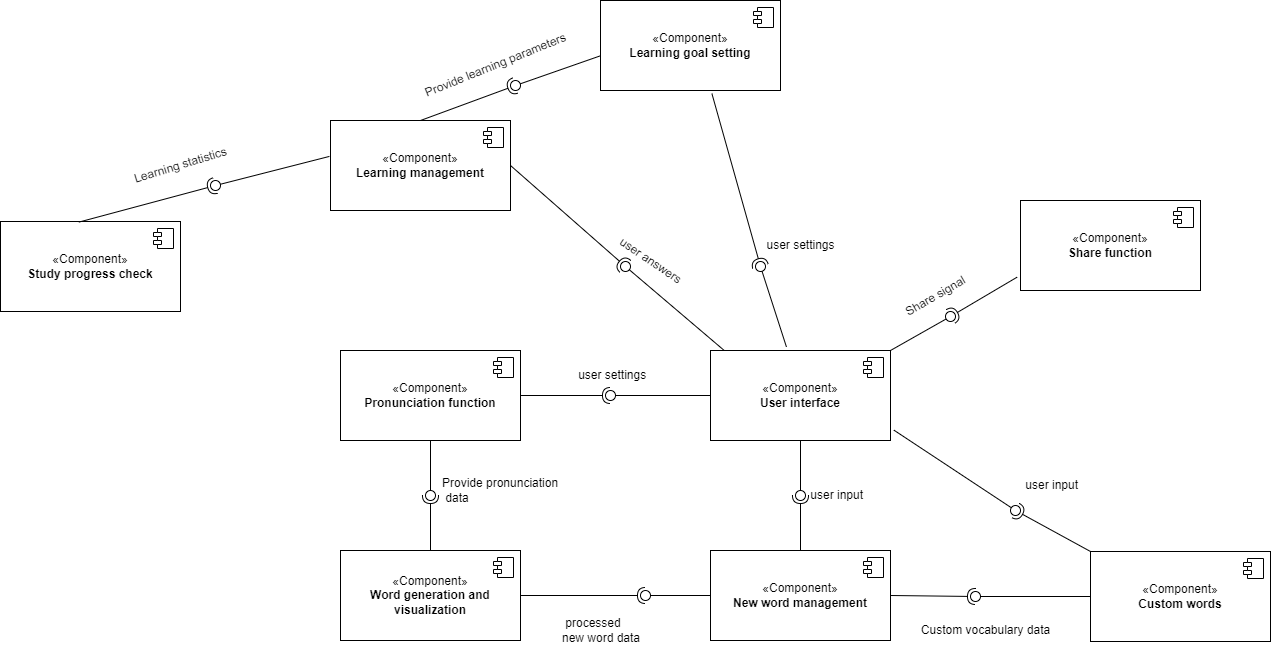
This is component.drawio.png from xiangxiang3451/blog_pictures, a draw.io export, as it was before one commit. Source tidied: cells renumbered, new cells last; positions are measured from the earlier drawing's top-left corner, leaving out a move shared by most shapes.
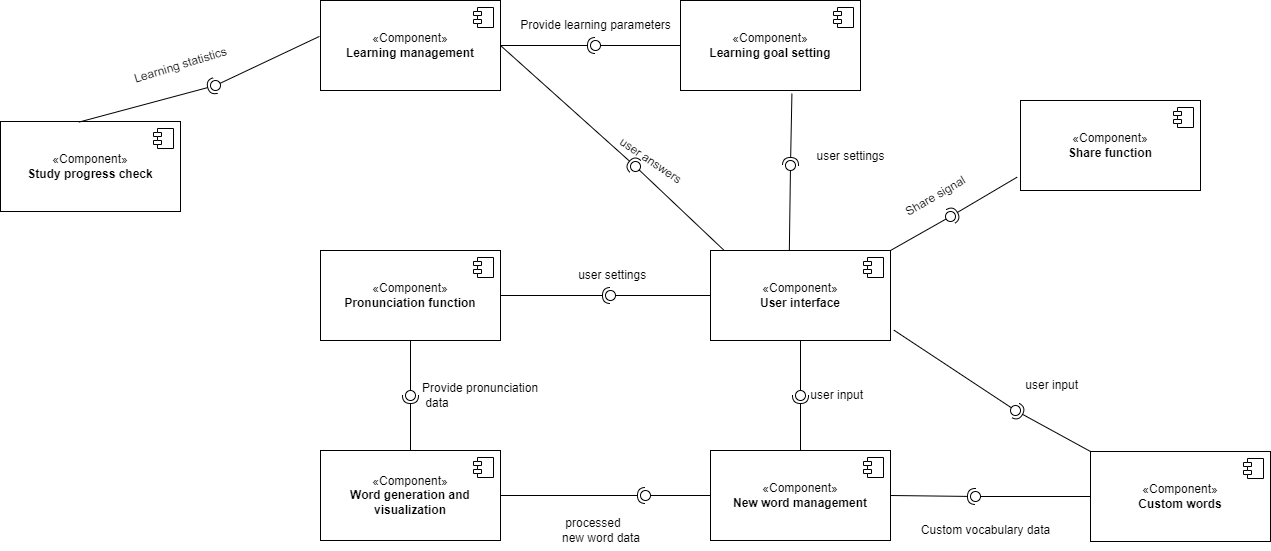
After the change.

Change to the diagram source:
```diff
@@ -39,7 +39,7 @@
       <mxGeometry x="805" y="480" width="80" height="30" as="geometry" />
     </mxCell>
     <mxCell id="12" value="«Component»&lt;br&gt;&lt;b&gt;Word generation and visualization&lt;/b&gt;" style="html=1;whiteSpace=wrap;" parent="1" vertex="1">
-      <mxGeometry x="340" y="550" width="180" height="90" as="geometry" />
+      <mxGeometry x="320" y="550" width="180" height="90" as="geometry" />
     </mxCell>
     <mxCell id="13" style="shape=module;jettyWidth=8;jettyHeight=4;" parent="12" vertex="1">
       <mxGeometry x="1" width="20" height="20" relative="1" as="geometry">
@@ -83,7 +83,7 @@
       <mxGeometry x="1020" y="470" width="80" height="30" as="geometry" />
     </mxCell>
     <mxCell id="26" value="«Component»&lt;br&gt;&lt;b&gt;Pronunciation function&lt;/b&gt;" style="html=1;whiteSpace=wrap;" parent="1" vertex="1">
-      <mxGeometry x="340" y="350" width="180" height="90" as="geometry" />
+      <mxGeometry x="320" y="350" width="180" height="90" as="geometry" />
     </mxCell>
     <mxCell id="27" style="shape=module;jettyWidth=8;jettyHeight=4;" parent="26" vertex="1">
       <mxGeometry x="1" width="20" height="20" relative="1" as="geometry">
@@ -109,13 +109,13 @@
       <mxGeometry relative="1" as="geometry" />
     </mxCell>
     <mxCell id="34" style="ellipse;whiteSpace=wrap;html=1;align=center;fillColor=none;strokeColor=none;perimeter=centerPerimeter;points=[];outlineConnect=1;" parent="1" vertex="1">
-      <mxGeometry x="425" y="490" width="10" height="10" as="geometry" />
+      <mxGeometry x="405" y="490" width="10" height="10" as="geometry" />
     </mxCell>
     <mxCell id="35" value="Provide pronunciation&lt;br&gt;&amp;nbsp;data" style="text;html=1;align=left;verticalAlign=middle;strokeColor=none;fillColor=none;" parent="1" vertex="1">
-      <mxGeometry x="440" y="470" width="140" height="40" as="geometry" />
+      <mxGeometry x="420" y="475" width="140" height="40" as="geometry" />
     </mxCell>
     <mxCell id="36" value="«Component»&lt;br&gt;&lt;b&gt;Learning management&lt;/b&gt;" style="html=1;whiteSpace=wrap;" parent="1" vertex="1">
-      <mxGeometry x="330" y="120" width="180" height="90" as="geometry" />
+      <mxGeometry x="320" y="100" width="180" height="90" as="geometry" />
     </mxCell>
     <mxCell id="37" style="shape=module;jettyWidth=8;jettyHeight=4;" parent="36" vertex="1">
       <mxGeometry x="1" width="20" height="20" relative="1" as="geometry">
@@ -129,42 +129,42 @@
       <mxGeometry relative="1" as="geometry" />
     </mxCell>
     <mxCell id="40" style="ellipse;whiteSpace=wrap;html=1;align=center;fillColor=none;strokeColor=none;perimeter=centerPerimeter;points=[];outlineConnect=1;" parent="1" vertex="1">
-      <mxGeometry x="620" y="261" width="10" height="10" as="geometry" />
+      <mxGeometry x="630" y="261" width="10" height="10" as="geometry" />
     </mxCell>
     <mxCell id="41" value="user answers" style="text;html=1;align=center;verticalAlign=middle;strokeColor=none;fillColor=none;spacingBottom=-1;rotation=34;" parent="1" vertex="1">
       <mxGeometry x="605" y="250" width="90" height="20" as="geometry" />
     </mxCell>
     <mxCell id="42" value="«Component»&lt;br&gt;&lt;b&gt;Learning goal setting&lt;/b&gt;" style="html=1;whiteSpace=wrap;" parent="1" vertex="1">
-      <mxGeometry x="600" width="180" height="90" as="geometry" />
+      <mxGeometry x="680" y="100" width="180" height="90" as="geometry" />
     </mxCell>
     <mxCell id="43" style="shape=module;jettyWidth=8;jettyHeight=4;" parent="42" vertex="1">
       <mxGeometry x="1" width="20" height="20" relative="1" as="geometry">
         <mxPoint x="-27" y="7" as="offset" />
       </mxGeometry>
     </mxCell>
-    <mxCell id="44" style="rounded=0;jettySize=auto;html=1;endArrow=halfCircle;endFill=0;endSize=6;strokeWidth=1;sketch=0;exitX=0.5;exitY=0;exitDx=0;exitDy=0;" parent="1" edge="1" source="36" target="46">
+    <mxCell id="44" style="rounded=0;jettySize=auto;html=1;endArrow=halfCircle;endFill=0;endSize=6;strokeWidth=1;sketch=0;exitX=1;exitY=0.5;exitDx=0;exitDy=0;" parent="1" edge="1" source="36" target="46">
       <mxGeometry relative="1" as="geometry" />
     </mxCell>
-    <mxCell id="45" style="rounded=0;jettySize=auto;html=1;endArrow=oval;endFill=0;sketch=0;sourcePerimeterSpacing=0;targetPerimeterSpacing=0;endSize=10;exitX=-0.004;exitY=0.617;exitDx=0;exitDy=0;exitPerimeter=0;" parent="1" edge="1" source="42" target="46">
+    <mxCell id="45" style="rounded=0;jettySize=auto;html=1;endArrow=oval;endFill=0;sketch=0;sourcePerimeterSpacing=0;targetPerimeterSpacing=0;endSize=10;exitX=0;exitY=0.5;exitDx=0;exitDy=0;" parent="1" edge="1" source="42" target="46">
       <mxGeometry relative="1" as="geometry" />
     </mxCell>
     <mxCell id="46" style="ellipse;whiteSpace=wrap;html=1;align=center;fillColor=none;strokeColor=none;perimeter=centerPerimeter;points=[];outlineConnect=1;" parent="1" vertex="1">
-      <mxGeometry x="510" y="80" width="10" height="10" as="geometry" />
+      <mxGeometry x="590" y="140" width="10" height="10" as="geometry" />
     </mxCell>
-    <mxCell id="47" value="Provide learning parameters" style="text;html=1;align=center;verticalAlign=middle;strokeColor=none;fillColor=none;rotation=338;" parent="1" vertex="1">
-      <mxGeometry x="410" y="50" width="170" height="30" as="geometry" />
+    <mxCell id="47" value="Provide learning parameters" style="text;html=1;align=center;verticalAlign=middle;strokeColor=none;fillColor=none;rotation=0;" parent="1" vertex="1">
+      <mxGeometry x="510" y="110" width="170" height="30" as="geometry" />
     </mxCell>
     <mxCell id="48" style="rounded=0;jettySize=auto;html=1;endArrow=halfCircle;endFill=0;endSize=6;strokeWidth=1;sketch=0;exitX=0.619;exitY=1.035;exitDx=0;exitDy=0;exitPerimeter=0;" parent="1" edge="1" source="42" target="50">
       <mxGeometry relative="1" as="geometry" />
     </mxCell>
-    <mxCell id="49" style="rounded=0;jettySize=auto;html=1;endArrow=oval;endFill=0;sketch=0;sourcePerimeterSpacing=0;targetPerimeterSpacing=0;endSize=10;exitX=0.422;exitY=-0.039;exitDx=0;exitDy=0;exitPerimeter=0;" parent="1" edge="1" source="2" target="50">
+    <mxCell id="49" style="rounded=0;jettySize=auto;html=1;endArrow=oval;endFill=0;sketch=0;sourcePerimeterSpacing=0;targetPerimeterSpacing=0;endSize=10;exitX=0.438;exitY=0.002;exitDx=0;exitDy=0;exitPerimeter=0;" parent="1" edge="1" source="2" target="50">
       <mxGeometry relative="1" as="geometry" />
     </mxCell>
     <mxCell id="50" style="ellipse;whiteSpace=wrap;html=1;align=center;fillColor=none;strokeColor=none;perimeter=centerPerimeter;points=[];outlineConnect=1;" parent="1" vertex="1">
-      <mxGeometry x="755" y="261" width="10" height="10" as="geometry" />
+      <mxGeometry x="785" y="260" width="10" height="10" as="geometry" />
     </mxCell>
     <mxCell id="51" value="user settings" style="text;html=1;align=center;verticalAlign=middle;strokeColor=none;fillColor=none;" parent="1" vertex="1">
-      <mxGeometry x="755" y="230" width="90" height="30" as="geometry" />
+      <mxGeometry x="805" y="241" width="90" height="30" as="geometry" />
     </mxCell>
     <mxCell id="52" value="«Component»&lt;br&gt;&lt;b&gt;Study progress check&lt;/b&gt;" style="html=1;whiteSpace=wrap;" parent="1" vertex="1">
       <mxGeometry y="221" width="180" height="90" as="geometry" />
```
